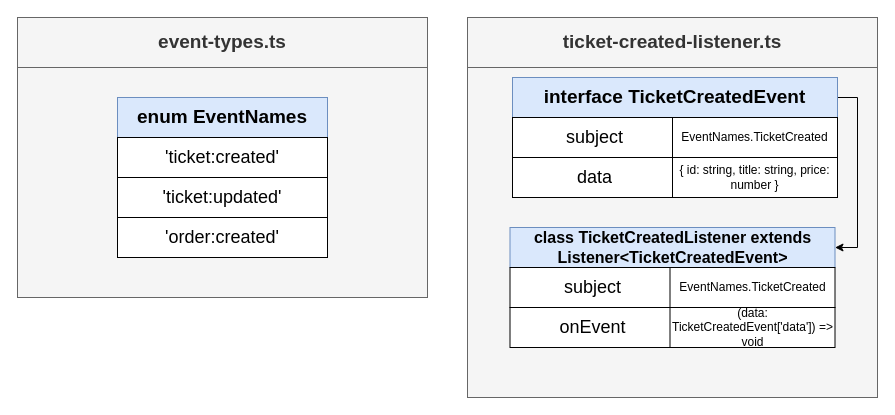
HappySuzuki/microservices-cast keeps this draw.io diagram as page "09 - chase" (9 of 14) of diagrams/05/13.drawio. Above is the earlier version. Source tidied: cells renumbered, new cells numbered last; positions are measured from the earlier drawing's top-left corner, leaving out a move shared by most shapes. Both pictures are drawn from the tidied source at 100%, with x=0, y=0 at pixel (17, 17).
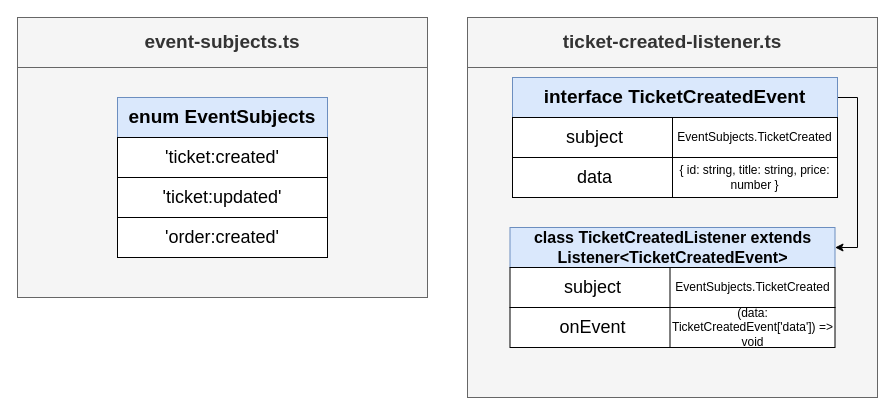
After the change.

What changed in the source:
```diff
@@
-    <mxCell id="3" value="event-types.ts" style="rounded=0;whiteSpace=wrap;html=1;fontSize=19;align=center;fillColor=#f5f5f5;strokeColor=#666666;fontStyle=1;fontColor=#333333;" parent="1" vertex="1">
+    <mxCell id="3" value="event-subjects.ts" style="rounded=0;whiteSpace=wrap;html=1;fontSize=19;align=center;fillColor=#f5f5f5;strokeColor=#666666;fontStyle=1;fontColor=#333333;" parent="1" vertex="1">
       <mxGeometry width="410" height="50" as="geometry" />
     </mxCell>
-    <mxCell id="4" value="enum EventNames" style="rounded=0;whiteSpace=wrap;html=1;fontSize=19;align=center;fillColor=#dae8fc;strokeColor=#6c8ebf;fontStyle=1;" parent="1" vertex="1">
+    <mxCell id="4" value="enum EventSubjects" style="rounded=0;whiteSpace=wrap;html=1;fontSize=19;align=center;fillColor=#dae8fc;strokeColor=#6c8ebf;fontStyle=1;" parent="1" vertex="1">
       <mxGeometry x="100" y="80" width="210" height="40" as="geometry" />
     </mxCell>
@@
-    <mxCell id="13" value="EventNames.TicketCreated" style="rounded=0;whiteSpace=wrap;html=1;fontSize=12;align=center;fontStyle=0;" parent="1" vertex="1">
+    <mxCell id="13" value="EventSubjects.TicketCreated" style="rounded=0;whiteSpace=wrap;html=1;fontSize=12;align=center;fontStyle=0;" parent="1" vertex="1">
       <mxGeometry x="655" y="100" width="165" height="40" as="geometry" />
     </mxCell>
@@
-    <mxCell id="18" value="EventNames.TicketCreated" style="rounded=0;whiteSpace=wrap;html=1;fontSize=12;align=center;fontStyle=0;" parent="1" vertex="1">
+    <mxCell id="18" value="EventSubjects.TicketCreated" style="rounded=0;whiteSpace=wrap;html=1;fontSize=12;align=center;fontStyle=0;" parent="1" vertex="1">
       <mxGeometry x="652.5" y="250" width="165" height="40" as="geometry" />
     </mxCell>
```
